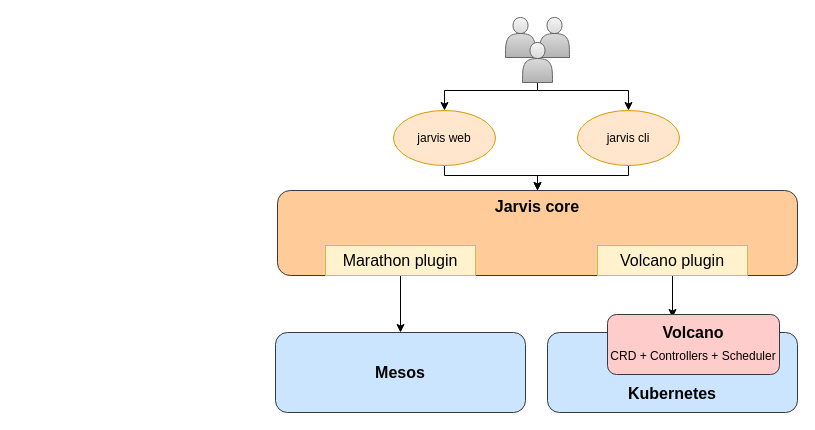
The draw.io diagram 未命名绘图.drawio in wangyang0616/diagrams, before the edit. Source tidied: cells renumbered, new cells numbered last; positions are measured from the earlier drawing's top-left corner, leaving out a move shared by most shapes. Both pictures are drawn from the tidied source at 100%, with x=0, y=0 at pixel (275, 17).
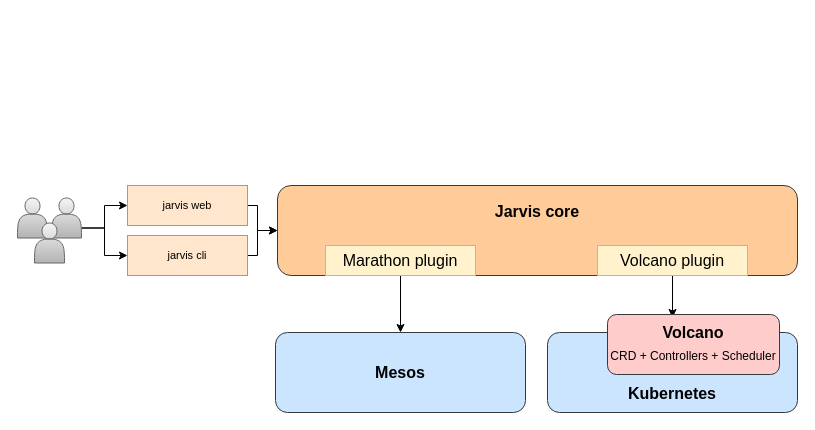
The same diagram, later.

Commit message:
更新未命名绘图.drawio

Change to the diagram source:
```diff
@@
     <mxCell id="2" style="shape=actor;whiteSpace=wrap;html=1;fillColor=#f5f5f5;strokeColor=#666666;gradientColor=#b3b3b3;" parent="1" vertex="1">
-      <mxGeometry x="230" width="30" height="40" as="geometry" />
+      <mxGeometry x="-258" y="180.5" width="30" height="40" as="geometry" />
     </mxCell>
+    <mxCell id="19" style="edgeStyle=orthogonalEdgeStyle;rounded=0;jettySize=auto;html=1;exitX=1;exitY=0.75;exitDx=0;exitDy=0;entryX=0;entryY=0.5;entryDx=0;entryDy=0;fontSize=11;" parent="1" edge="1" source="3" target="8">
+      <mxGeometry relative="1" as="geometry">
+        <Array as="points">
+          <mxPoint x="-171" y="211" />
+          <mxPoint x="-171" y="188" />
+        </Array>
+      </mxGeometry>
+    </mxCell>
+    <mxCell id="20" style="edgeStyle=orthogonalEdgeStyle;rounded=0;jettySize=auto;html=1;exitX=1;exitY=0.75;exitDx=0;exitDy=0;entryX=0;entryY=0.5;entryDx=0;entryDy=0;fontSize=11;" parent="1" edge="1" source="3" target="10">
+      <mxGeometry relative="1" as="geometry">
+        <Array as="points">
+          <mxPoint x="-171" y="211" />
+          <mxPoint x="-171" y="238" />
+        </Array>
+      </mxGeometry>
+    </mxCell>
     <mxCell id="3" style="shape=actor;whiteSpace=wrap;html=1;fillColor=#f5f5f5;strokeColor=#666666;gradientColor=#b3b3b3;" parent="1" vertex="1">
-      <mxGeometry x="264" width="30" height="40" as="geometry" />
+      <mxGeometry x="-224" y="180.5" width="30" height="40" as="geometry" />
     </mxCell>
-    <mxCell id="4" style="edgeStyle=orthogonalEdgeStyle;rounded=0;jettySize=auto;html=1;exitX=0.5;exitY=1;exitDx=0;exitDy=0;entryX=0.5;entryY=0;entryDx=0;entryDy=0;fontSize=11;" parent="1" edge="1" source="6" target="8">
-      <mxGeometry relative="1" as="geometry">
-        <Array as="points">
-          <mxPoint x="262" y="73" />
-          <mxPoint x="169" y="73" />
-        </Array>
-      </mxGeometry>
-    </mxCell>
-    <mxCell id="5" style="edgeStyle=orthogonalEdgeStyle;rounded=0;jettySize=auto;html=1;exitX=0.5;exitY=1;exitDx=0;exitDy=0;entryX=0.5;entryY=0;entryDx=0;entryDy=0;fontSize=11;" parent="1" edge="1" source="6" target="10">
-      <mxGeometry relative="1" as="geometry">
-        <Array as="points">
-          <mxPoint x="262" y="73" />
-          <mxPoint x="353" y="73" />
-        </Array>
-      </mxGeometry>
-    </mxCell>
     <mxCell id="6" style="shape=actor;whiteSpace=wrap;html=1;fillColor=#f5f5f5;strokeColor=#666666;gradientColor=#b3b3b3;" parent="1" vertex="1">
-      <mxGeometry x="247" y="25" width="30" height="40" as="geometry" />
+      <mxGeometry x="-241" y="205.5" width="30" height="40" as="geometry" />
     </mxCell>
-    <mxCell id="7" style="edgeStyle=orthogonalEdgeStyle;rounded=0;jettySize=auto;html=1;exitX=0.5;exitY=1;exitDx=0;exitDy=0;fontSize=11;" parent="1" edge="1" source="8" target="11">
-      <mxGeometry relative="1" as="geometry">
-        <Array as="points">
-          <mxPoint x="169" y="158" />
-          <mxPoint x="262" y="158" />
-        </Array>
-      </mxGeometry>
-    </mxCell>
-    <mxCell id="8" value="jarvis web" style="ellipse;whiteSpace=wrap;html=1;fillColor=#ffe6cc;strokeColor=#d79b00;" parent="1" vertex="1">
-      <mxGeometry x="118" y="93" width="102" height="55" as="geometry" />
-    </mxCell>
-    <mxCell id="9" style="edgeStyle=orthogonalEdgeStyle;rounded=0;jettySize=auto;html=1;exitX=0.5;exitY=1;exitDx=0;exitDy=0;entryX=0.5;entryY=0;entryDx=0;entryDy=0;fontSize=11;" parent="1" edge="1" source="10" target="11">
-      <mxGeometry relative="1" as="geometry">
-        <Array as="points">
-          <mxPoint x="353" y="158" />
-          <mxPoint x="262" y="158" />
-        </Array>
-      </mxGeometry>
-    </mxCell>
-    <mxCell id="10" value="jarvis cli" style="ellipse;whiteSpace=wrap;html=1;fillColor=#ffe6cc;strokeColor=#d79b00;" parent="1" vertex="1">
-      <mxGeometry x="302" y="93" width="102" height="55" as="geometry" />
-    </mxCell>
-    <mxCell id="11" value="&lt;font style=&quot;font-size: 16px;&quot;&gt;&lt;b&gt;Jarvis core&lt;/b&gt;&lt;/font&gt;" style="rounded=1;whiteSpace=wrap;html=1;verticalAlign=top;fillColor=#ffcc99;strokeColor=#36393d;" parent="1" vertex="1">
-      <mxGeometry x="2" y="173" width="520" height="85" as="geometry" />
+    <mxCell id="11" value="&lt;p style=&quot;line-height: 140%;&quot;&gt;&lt;font style=&quot;font-size: 16px;&quot;&gt;&lt;b&gt;Jarvis core&lt;/b&gt;&lt;/font&gt;&lt;/p&gt;" style="rounded=1;whiteSpace=wrap;html=1;verticalAlign=top;fillColor=#ffcc99;strokeColor=#36393d;" parent="1" vertex="1">
+      <mxGeometry x="2" y="168" width="520" height="90" as="geometry" />
     </mxCell>
@@
+    <mxCell id="7" style="edgeStyle=orthogonalEdgeStyle;rounded=0;jettySize=auto;html=1;exitX=1;exitY=0.5;exitDx=0;exitDy=0;fontSize=11;" parent="1" edge="1" source="8" target="11">
+      <mxGeometry relative="1" as="geometry">
+        <Array as="points">
+          <mxPoint x="-18" y="188" />
+          <mxPoint x="-18" y="213" />
+        </Array>
+      </mxGeometry>
+    </mxCell>
+    <mxCell id="8" value="jarvis web" style="rounded=0;whiteSpace=wrap;html=1;fontSize=11;fillColor=#ffe6cc;strokeColor=#d79b00;" parent="1" vertex="1">
+      <mxGeometry x="-148" y="168" width="120" height="40" as="geometry" />
+    </mxCell>
+    <mxCell id="9" style="edgeStyle=orthogonalEdgeStyle;rounded=0;jettySize=auto;html=1;exitX=1;exitY=0.5;exitDx=0;exitDy=0;entryX=0;entryY=0.5;entryDx=0;entryDy=0;fontSize=11;" parent="1" edge="1" source="10" target="11">
+      <mxGeometry relative="1" as="geometry">
+        <Array as="points">
+          <mxPoint x="-18" y="238" />
+          <mxPoint x="-18" y="213" />
+        </Array>
+      </mxGeometry>
+    </mxCell>
+    <mxCell id="10" value="jarvis cli" style="rounded=0;whiteSpace=wrap;html=1;fontSize=11;fillColor=#ffe6cc;strokeColor=#d79b00;" parent="1" vertex="1">
+      <mxGeometry x="-148" y="218" width="120" height="40" as="geometry" />
+    </mxCell>
```
